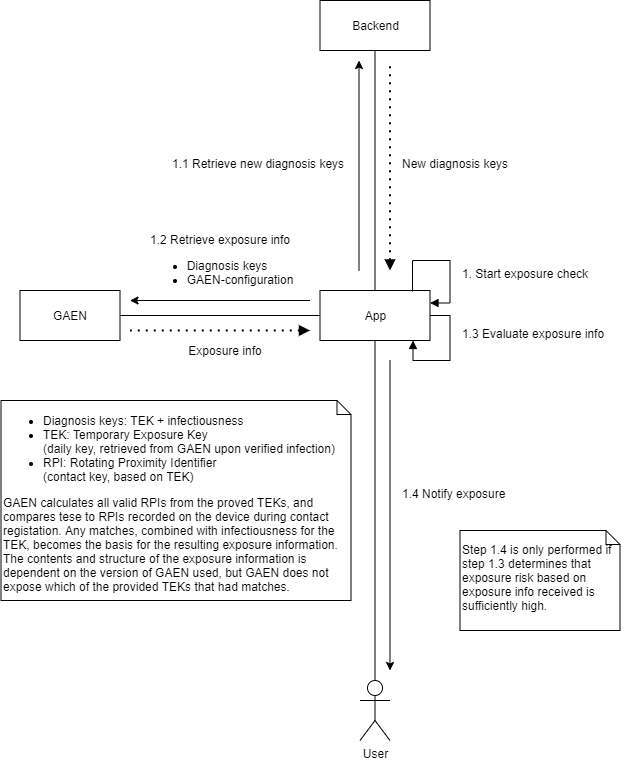
Above: diagrams/Smittestopp_receive_notification_en.png in folkehelseinstituttet/Fhi.Smittestopp.Documentation (draw.io), before the change. Source tidied: cells renumbered, new cells last; positions are measured from the earlier drawing's top-left corner, leaving out a move shared by most shapes. Source of this version:
```xml
<mxGraphModel>
  <root>
    <mxCell id="0" style="html=1;" />
    <mxCell id="1" style="html=1;" parent="0" />
    <mxCell id="2" style="edgeStyle=orthogonalEdgeStyle;rounded=0;jettySize=auto;html=1;entryX=0.5;entryY=1;entryDx=0;entryDy=0;startArrow=none;startFill=0;endArrow=none;endFill=0;" parent="1" edge="1" source="5" target="9">
      <mxGeometry relative="1" as="geometry" />
    </mxCell>
    <mxCell id="3" style="edgeStyle=orthogonalEdgeStyle;rounded=0;jettySize=auto;html=1;entryX=1;entryY=0.5;entryDx=0;entryDy=0;startArrow=none;startFill=0;endArrow=none;endFill=0;" parent="1" edge="1" source="5" target="12">
      <mxGeometry relative="1" as="geometry" />
    </mxCell>
    <mxCell id="4" style="edgeStyle=orthogonalEdgeStyle;rounded=0;orthogonalLoop=1;jettySize=auto;html=1;startArrow=none;startFill=0;endArrow=block;endFill=1;" parent="1" edge="1" source="5" target="5">
      <mxGeometry relative="1" as="geometry">
        <Array as="points">
          <mxPoint x="449" y="315" />
          <mxPoint x="449" y="360" />
          <mxPoint x="412" y="360" />
        </Array>
      </mxGeometry>
    </mxCell>
    <mxCell id="5" value="App" style="html=1;" parent="1" vertex="1">
      <mxGeometry x="319" y="290" width="110" height="50" as="geometry" />
    </mxCell>
    <mxCell id="6" style="edgeStyle=orthogonalEdgeStyle;rounded=0;orthogonalLoop=1;jettySize=auto;html=1;endArrow=none;endFill=0;" parent="1" edge="1">
      <mxGeometry relative="1" as="geometry">
        <mxPoint x="844" y="340" as="sourcePoint" />
      </mxGeometry>
    </mxCell>
    <mxCell id="7" style="edgeStyle=orthogonalEdgeStyle;rounded=0;jettySize=auto;html=1;startArrow=none;startFill=0;endArrow=none;endFill=0;" parent="1" edge="1" source="8" target="5">
      <mxGeometry relative="1" as="geometry" />
    </mxCell>
    <mxCell id="8" value="User" style="shape=umlActor;verticalLabelPosition=bottom;verticalAlign=top;html=1;" parent="1" vertex="1">
      <mxGeometry x="359" y="680" width="30" height="60" as="geometry" />
    </mxCell>
    <mxCell id="9" value="Backend" style="html=1;" parent="1" vertex="1">
      <mxGeometry x="319" width="110" height="50" as="geometry" />
    </mxCell>
    <mxCell id="10" style="endArrow=classic;html=1;" parent="1" edge="1">
      <mxGeometry relative="1" as="geometry">
        <mxPoint x="358" y="270" as="sourcePoint" />
        <mxPoint x="358" y="60" as="targetPoint" />
      </mxGeometry>
    </mxCell>
    <mxCell id="11" value="1.1 Retrieve new diagnosis keys" style="text;html=1;strokeColor=none;fillColor=none;align=left;verticalAlign=top;whiteSpace=wrap;rounded=0;" parent="1" vertex="1">
      <mxGeometry x="169" y="150" width="181" height="30" as="geometry" />
    </mxCell>
    <mxCell id="12" value="GAEN" style="rounded=0;whiteSpace=wrap;html=1;align=center;" parent="1" vertex="1">
      <mxGeometry x="19" y="290" width="100" height="50" as="geometry" />
    </mxCell>
    <mxCell id="13" value="1.2 Retrieve exposure info&lt;br&gt;&lt;ul&gt;&lt;li style=&quot;text-align: left&quot;&gt;Diagnosis keys&lt;/li&gt;&lt;li style=&quot;text-align: left&quot;&gt;GAEN-configuration&lt;/li&gt;&lt;/ul&gt;" style="text;html=1;strokeColor=none;fillColor=none;align=center;verticalAlign=middle;whiteSpace=wrap;rounded=0;" parent="1" vertex="1">
      <mxGeometry x="129" y="240" width="180" height="50" as="geometry" />
    </mxCell>
    <mxCell id="14" style="endArrow=classic;html=1;" parent="1" edge="1">
      <mxGeometry relative="1" as="geometry">
        <mxPoint x="309" y="300" as="sourcePoint" />
        <mxPoint x="129" y="300" as="targetPoint" />
      </mxGeometry>
    </mxCell>
    <mxCell id="15" style="endArrow=none;dashed=1;html=1;dashPattern=1 3;strokeWidth=2;endFill=0;startArrow=block;startFill=1;" parent="1" edge="1">
      <mxGeometry relative="1" as="geometry">
        <mxPoint x="309" y="330" as="sourcePoint" />
        <mxPoint x="129" y="330" as="targetPoint" />
      </mxGeometry>
    </mxCell>
    <mxCell id="16" value="Exposure info" style="text;html=1;strokeColor=none;fillColor=none;align=center;verticalAlign=middle;whiteSpace=wrap;rounded=0;" parent="1" vertex="1">
      <mxGeometry x="159" y="340" width="130" height="20" as="geometry" />
    </mxCell>
    <mxCell id="17" value="Step 1.4 is only performed if step 1.3 determines that exposure risk based on exposure info received is sufficiently high." style="shape=note;whiteSpace=wrap;html=1;size=14;verticalAlign=middle;align=left;spacingTop=-6;" parent="1" vertex="1">
      <mxGeometry x="459" y="530" width="160" height="100" as="geometry" />
    </mxCell>
    <mxCell id="18" style="endArrow=none;dashed=1;html=1;dashPattern=1 3;strokeWidth=2;endFill=0;startArrow=block;startFill=1;" parent="1" edge="1">
      <mxGeometry relative="1" as="geometry">
        <mxPoint x="389" y="270" as="sourcePoint" />
        <mxPoint x="389" y="60" as="targetPoint" />
      </mxGeometry>
    </mxCell>
    <mxCell id="19" value="New diagnosis keys" style="text;html=1;strokeColor=none;fillColor=none;align=left;verticalAlign=top;whiteSpace=wrap;rounded=0;" parent="1" vertex="1">
      <mxGeometry x="399" y="150" width="170" height="30" as="geometry" />
    </mxCell>
    <mxCell id="20" style="edgeStyle=orthogonalEdgeStyle;rounded=0;orthogonalLoop=1;jettySize=auto;html=1;startArrow=none;startFill=0;endArrow=block;endFill=1;exitX=0.841;exitY=0.02;exitDx=0;exitDy=0;exitPerimeter=0;entryX=1;entryY=0.25;entryDx=0;entryDy=0;" parent="1" edge="1" source="5" target="5">
      <mxGeometry relative="1" as="geometry">
        <Array as="points">
          <mxPoint x="412" y="260" />
          <mxPoint x="449" y="260" />
          <mxPoint x="449" y="303" />
        </Array>
      </mxGeometry>
    </mxCell>
    <mxCell id="21" value="1. Start exposure check" style="text;html=1;strokeColor=none;fillColor=none;align=left;verticalAlign=top;whiteSpace=wrap;rounded=0;" parent="1" vertex="1">
      <mxGeometry x="459" y="260" width="170" height="30" as="geometry" />
    </mxCell>
    <mxCell id="22" value="1.3 Evaluate exposure info" style="text;html=1;strokeColor=none;fillColor=none;align=left;verticalAlign=top;whiteSpace=wrap;rounded=0;" parent="1" vertex="1">
      <mxGeometry x="459" y="320" width="170" height="30" as="geometry" />
    </mxCell>
    <mxCell id="23" style="endArrow=classic;html=1;" parent="1" edge="1">
      <mxGeometry relative="1" as="geometry">
        <mxPoint x="389" y="360" as="sourcePoint" />
        <mxPoint x="389" y="670" as="targetPoint" />
      </mxGeometry>
    </mxCell>
    <mxCell id="24" value="1.4 Notify exposure" style="text;html=1;strokeColor=none;fillColor=none;align=left;verticalAlign=top;whiteSpace=wrap;rounded=0;" parent="1" vertex="1">
      <mxGeometry x="399" y="480" width="220" height="30" as="geometry" />
    </mxCell>
    <mxCell id="25" value="&lt;ul&gt;&lt;li&gt;Diagnosis keys: TEK + infectiousness&lt;/li&gt;&lt;li&gt;TEK: Temporary Exposure Key&lt;br&gt;(daily key, retrieved from GAEN upon verified infection)&lt;/li&gt;&lt;li&gt;RPI: Rotating Proximity Identifier&lt;br&gt;(contact key, based on TEK)&lt;/li&gt;&lt;/ul&gt;GAEN calculates all valid RPIs from the proved TEKs, and compares tese to RPIs recorded on the device during contact registation. Any matches, combined with infectiousness for the TEK, becomes the basis for the resulting exposure information. The contents and structure of the exposure information is dependent on the version of GAEN used, but GAEN does not expose which of the provided TEKs that had matches." style="shape=note;whiteSpace=wrap;html=1;size=14;verticalAlign=middle;align=left;spacingTop=-6;" parent="1" vertex="1">
      <mxGeometry y="400" width="350" height="200" as="geometry" />
    </mxCell>
  </root>
</mxGraphModel>
```
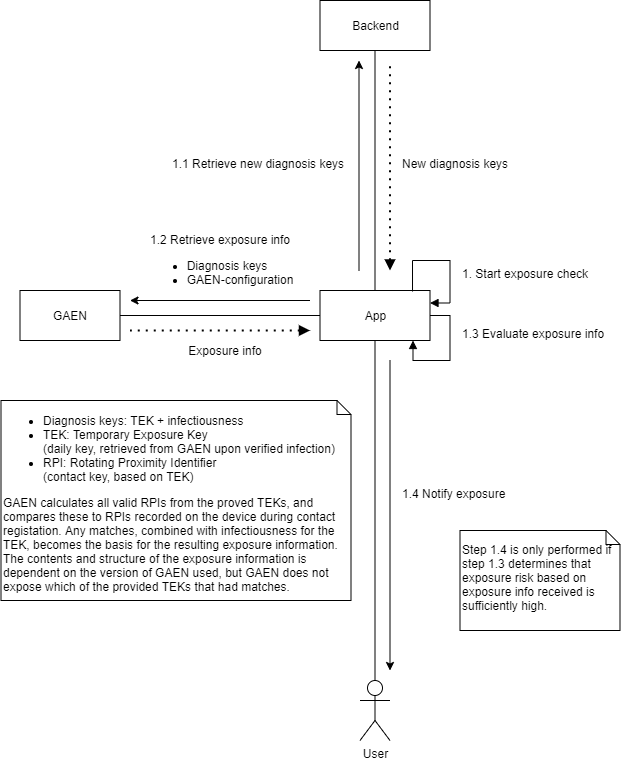
Later version of the same file.

Commit message:
Performed corrections suggested during review

Diff of the diagram source:
```diff
@@ -100,7 +100,7 @@
     <mxCell id="24" value="1.4 Notify exposure" style="text;html=1;strokeColor=none;fillColor=none;align=left;verticalAlign=top;whiteSpace=wrap;rounded=0;" parent="1" vertex="1">
       <mxGeometry x="399" y="480" width="220" height="30" as="geometry" />
     </mxCell>
-    <mxCell id="25" value="&lt;ul&gt;&lt;li&gt;Diagnosis keys: TEK + infectiousness&lt;/li&gt;&lt;li&gt;TEK: Temporary Exposure Key&lt;br&gt;(daily key, retrieved from GAEN upon verified infection)&lt;/li&gt;&lt;li&gt;RPI: Rotating Proximity Identifier&lt;br&gt;(contact key, based on TEK)&lt;/li&gt;&lt;/ul&gt;GAEN calculates all valid RPIs from the proved TEKs, and compares tese to RPIs recorded on the device during contact registation. Any matches, combined with infectiousness for the TEK, becomes the basis for the resulting exposure information. The contents and structure of the exposure information is dependent on the version of GAEN used, but GAEN does not expose which of the provided TEKs that had matches." style="shape=note;whiteSpace=wrap;html=1;size=14;verticalAlign=middle;align=left;spacingTop=-6;" parent="1" vertex="1">
+    <mxCell id="25" value="&lt;ul&gt;&lt;li&gt;Diagnosis keys: TEK + infectiousness&lt;/li&gt;&lt;li&gt;TEK: Temporary Exposure Key&lt;br&gt;(daily key, retrieved from GAEN upon verified infection)&lt;/li&gt;&lt;li&gt;RPI: Rotating Proximity Identifier&lt;br&gt;(contact key, based on TEK)&lt;/li&gt;&lt;/ul&gt;GAEN calculates all valid RPIs from the proved TEKs, and compares these to RPIs recorded on the device during contact registation. Any matches, combined with infectiousness for the TEK, becomes the basis for the resulting exposure information. The contents and structure of the exposure information is dependent on the version of GAEN used, but GAEN does not expose which of the provided TEKs that had matches." style="shape=note;whiteSpace=wrap;html=1;size=14;verticalAlign=middle;align=left;spacingTop=-6;" parent="1" vertex="1">
       <mxGeometry y="400" width="350" height="200" as="geometry" />
     </mxCell>
   </root>
```
